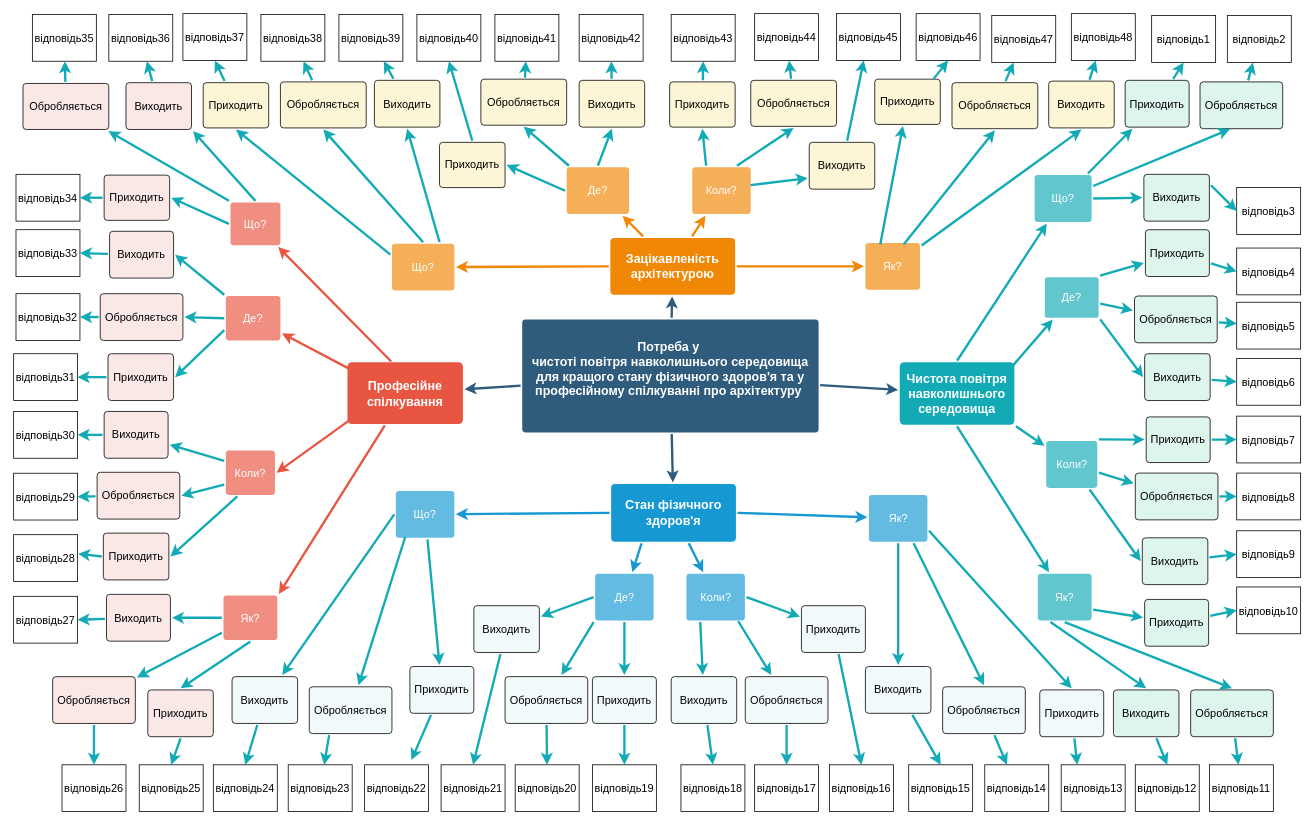
oleksandrblazhko/ai203-vitushkin keeps this draw.io diagram as Диаграмма без названия.drawio. Above is the earlier version. Source tidied: cells renumbered, new cells numbered last; positions are measured from the earlier drawing's top-left corner, leaving out a move shared by most shapes. Both pictures are drawn from the tidied source at 78%, with x=0, y=0 at pixel (13, 13).
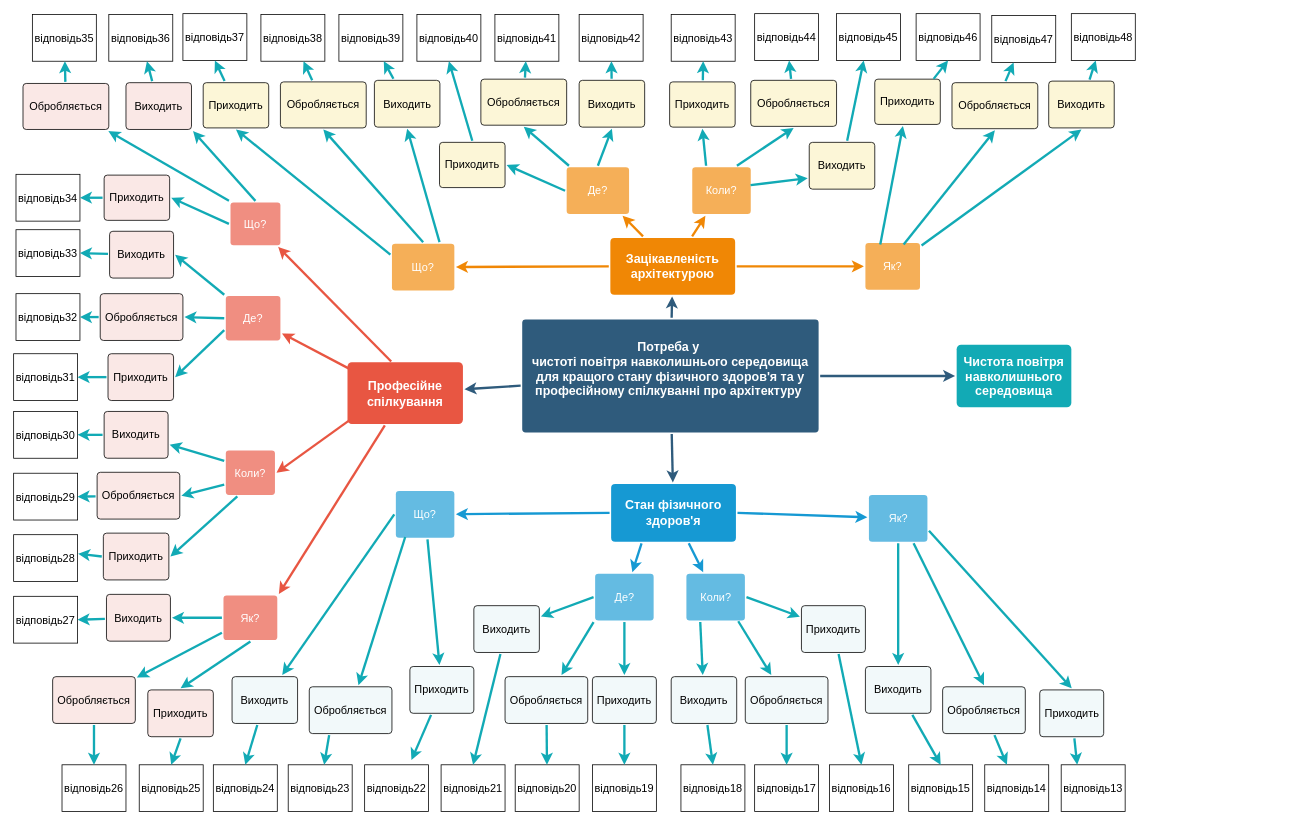
Above is the later version.

What changed in the source:
```diff
@@
     <mxCell id="10" value="&lt;span style=&quot;font-size: 12pt;&quot; data-sheets-userformat=&quot;{&amp;quot;2&amp;quot;:13289,&amp;quot;3&amp;quot;:{&amp;quot;1&amp;quot;:0},&amp;quot;6&amp;quot;:{&amp;quot;1&amp;quot;:[{&amp;quot;1&amp;quot;:2,&amp;quot;2&amp;quot;:0,&amp;quot;5&amp;quot;:{&amp;quot;1&amp;quot;:2,&amp;quot;2&amp;quot;:0}},{&amp;quot;1&amp;quot;:0,&amp;quot;2&amp;quot;:0,&amp;quot;3&amp;quot;:3},{&amp;quot;1&amp;quot;:1,&amp;quot;2&amp;quot;:0,&amp;quot;4&amp;quot;:1}]},&amp;quot;8&amp;quot;:{&amp;quot;1&amp;quot;:[{&amp;quot;1&amp;quot;:2,&amp;quot;2&amp;quot;:0,&amp;quot;5&amp;quot;:{&amp;quot;1&amp;quot;:2,&amp;quot;2&amp;quot;:0}},{&amp;quot;1&amp;quot;:0,&amp;quot;2&amp;quot;:0,&amp;quot;3&amp;quot;:3},{&amp;quot;1&amp;quot;:1,&amp;quot;2&amp;quot;:0,&amp;quot;4&amp;quot;:1}]},&amp;quot;9&amp;quot;:1,&amp;quot;10&amp;quot;:0,&amp;quot;11&amp;quot;:4,&amp;quot;12&amp;quot;:0,&amp;quot;15&amp;quot;:&amp;quot;\&amp;quot;Times New Roman\&amp;quot;, serif&amp;quot;,&amp;quot;16&amp;quot;:12}&quot;&gt;Чистота повітря навколишнього середовища&lt;/span&gt;" style="rounded=1;whiteSpace=wrap;html=1;shadow=0;labelBackgroundColor=none;strokeColor=none;strokeWidth=3;fillColor=#12aab5;fontFamily=Helvetica;fontSize=14;fontColor=#FFFFFF;align=center;spacing=5;fontStyle=1;arcSize=7;perimeterSpacing=2;" parent="1" vertex="1">
-      <mxGeometry x="1136" y="447" width="147" height="80" as="geometry" />
+      <mxGeometry x="1209" y="424.5" width="147" height="80" as="geometry" />
     </mxCell>
-    <mxCell id="11" value="Як?" style="rounded=1;whiteSpace=wrap;html=1;shadow=0;labelBackgroundColor=none;strokeColor=none;strokeWidth=3;fillColor=#61c6ce;fontFamily=Helvetica;fontSize=14;fontColor=#FFFFFF;align=center;spacing=5;fontStyle=0;arcSize=7;perimeterSpacing=2;" parent="1" vertex="1">
-      <mxGeometry x="1313" y="718" width="69" height="60" as="geometry" />
-    </mxCell>
-    <mxCell id="12" style="edgeStyle=none;rounded=1;jumpStyle=none;html=1;shadow=0;labelBackgroundColor=none;startArrow=none;startFill=0;jettySize=auto;strokeColor=#12AAB5;strokeWidth=3;fontFamily=Helvetica;fontSize=14;fontColor=#FFFFFF;spacing=5;fontStyle=1;fillColor=#b0e3e6;exitX=0.5;exitY=1;exitDx=0;exitDy=0;" parent="1" edge="1" source="10" target="11">
-      <mxGeometry relative="1" as="geometry" />
-    </mxCell>
-    <mxCell id="13" value="Коли?" style="rounded=1;whiteSpace=wrap;html=1;shadow=0;labelBackgroundColor=none;strokeColor=none;strokeWidth=3;fillColor=#61c6ce;fontFamily=Helvetica;fontSize=14;fontColor=#FFFFFF;align=center;spacing=5;fontStyle=0;arcSize=7;perimeterSpacing=2;direction=south;" parent="1" vertex="1">
-      <mxGeometry x="1323.8" y="547.8" width="65.5" height="60.2" as="geometry" />
-    </mxCell>
-    <mxCell id="14" style="edgeStyle=none;rounded=1;jumpStyle=none;html=1;shadow=0;labelBackgroundColor=none;startArrow=none;startFill=0;jettySize=auto;strokeColor=#12AAB5;strokeWidth=3;fontFamily=Helvetica;fontSize=14;fontColor=#FFFFFF;spacing=5;fontStyle=1;fillColor=#b0e3e6;exitX=1;exitY=1;exitDx=0;exitDy=0;" parent="1" edge="1" source="10" target="13">
-      <mxGeometry relative="1" as="geometry" />
-    </mxCell>
-    <mxCell id="15" value="Де?" style="rounded=1;whiteSpace=wrap;html=1;shadow=0;labelBackgroundColor=none;strokeColor=none;strokeWidth=3;fillColor=#61c6ce;fontFamily=Helvetica;fontSize=14;fontColor=#FFFFFF;align=center;spacing=5;fontStyle=0;arcSize=7;perimeterSpacing=2;" parent="1" vertex="1">
-      <mxGeometry x="1322" y="338" width="69" height="52" as="geometry" />
-    </mxCell>
-    <mxCell id="16" style="edgeStyle=none;rounded=1;jumpStyle=none;html=1;shadow=0;labelBackgroundColor=none;startArrow=none;startFill=0;jettySize=auto;strokeColor=#12AAB5;strokeWidth=3;fontFamily=Helvetica;fontSize=14;fontColor=#FFFFFF;spacing=5;fontStyle=1;fillColor=#b0e3e6;" parent="1" edge="1" target="15">
-      <mxGeometry relative="1" as="geometry">
-        <mxPoint x="1276" y="457" as="sourcePoint" />
-      </mxGeometry>
-    </mxCell>
-    <mxCell id="17" value="Що?" style="rounded=1;whiteSpace=wrap;html=1;shadow=0;labelBackgroundColor=none;strokeColor=none;strokeWidth=3;fillColor=#61c6ce;fontFamily=Helvetica;fontSize=14;fontColor=#FFFFFF;align=center;spacing=5;fontStyle=0;arcSize=7;perimeterSpacing=2;" parent="1" vertex="1">
-      <mxGeometry x="1309" y="207" width="73" height="60" as="geometry" />
-    </mxCell>
-    <mxCell id="18" style="edgeStyle=none;rounded=1;jumpStyle=none;html=1;shadow=0;labelBackgroundColor=none;startArrow=none;startFill=0;jettySize=auto;strokeColor=#12AAB5;strokeWidth=3;fontFamily=Helvetica;fontSize=14;fontColor=#FFFFFF;spacing=5;fontStyle=1;fillColor=#b0e3e6;exitX=0.5;exitY=0;exitDx=0;exitDy=0;" parent="1" edge="1" source="10" target="17">
-      <mxGeometry relative="1" as="geometry" />
-    </mxCell>
-    <mxCell id="19" value="Приходить" style="rounded=1;whiteSpace=wrap;html=1;shadow=0;fillColor=#DEF5EB;fontFamily=Helvetica;fontSize=14;fontColor=#000000;align=center;spacing=5;fontStyle=0;arcSize=7;perimeterSpacing=2;" parent="1" vertex="1">
-      <mxGeometry x="1425" y="85.5" width="82" height="60" as="geometry" />
-    </mxCell>
-    <mxCell id="20" value="Обробляється" style="rounded=1;whiteSpace=wrap;html=1;shadow=0;fillColor=#DEF5EB;fontFamily=Helvetica;fontSize=14;fontColor=#000000;align=center;spacing=5;fontStyle=0;arcSize=7;perimeterSpacing=2;" parent="1" vertex="1">
-      <mxGeometry x="1521" y="87.5" width="106" height="60" as="geometry" />
-    </mxCell>
-    <mxCell id="21" value="Виходить" style="rounded=1;whiteSpace=wrap;html=1;shadow=0;fillColor=#DEF5EB;fontFamily=Helvetica;fontSize=14;fontColor=#000000;align=center;spacing=5;fontStyle=0;arcSize=7;perimeterSpacing=2;" parent="1" vertex="1">
-      <mxGeometry x="1449" y="206" width="84" height="60" as="geometry" />
-    </mxCell>
-    <mxCell id="22" style="edgeStyle=none;rounded=1;jumpStyle=none;html=1;shadow=0;labelBackgroundColor=none;startArrow=none;startFill=0;jettySize=auto;strokeColor=#12AAB5;strokeWidth=3;fontFamily=Helvetica;fontSize=14;fontColor=#FFFFFF;spacing=5;fontStyle=1;fillColor=#b0e3e6;" parent="1" edge="1" source="17" target="19">
-      <mxGeometry relative="1" as="geometry" />
-    </mxCell>
-    <mxCell id="23" style="edgeStyle=none;rounded=1;jumpStyle=none;html=1;shadow=0;labelBackgroundColor=none;startArrow=none;startFill=0;jettySize=auto;strokeColor=#12AAB5;strokeWidth=3;fontFamily=Helvetica;fontSize=14;fontColor=#FFFFFF;spacing=5;fontStyle=1;fillColor=#b0e3e6;entryX=0.367;entryY=0.976;entryDx=0;entryDy=0;entryPerimeter=0;exitX=1;exitY=0.25;exitDx=0;exitDy=0;" parent="1" edge="1" source="17" target="20">
-      <mxGeometry relative="1" as="geometry" />
-    </mxCell>
-    <mxCell id="24" style="edgeStyle=none;rounded=1;jumpStyle=none;html=1;shadow=0;labelBackgroundColor=none;startArrow=none;startFill=0;jettySize=auto;strokeColor=#12AAB5;strokeWidth=3;fontFamily=Helvetica;fontSize=14;fontColor=#FFFFFF;spacing=5;fontStyle=1;fillColor=#b0e3e6;exitX=1;exitY=0.5;exitDx=0;exitDy=0;entryX=0;entryY=0.5;entryDx=0;entryDy=0;" parent="1" edge="1" source="17" target="21">
-      <mxGeometry relative="1" as="geometry" />
-    </mxCell>
@@
-    <mxCell id="49" value="відповідь1" style="fontFamily=Helvetica;fontSize=14;" parent="1" vertex="1">
-      <mxGeometry x="1459" y="2.5" width="82" height="60" as="geometry" />
-    </mxCell>
-    <mxCell id="50" style="edgeStyle=none;rounded=1;jumpStyle=none;html=1;shadow=0;labelBackgroundColor=none;startArrow=none;startFill=0;jettySize=auto;strokeColor=#12AAB5;strokeWidth=3;fontFamily=Helvetica;fontSize=14;fontColor=#FFFFFF;spacing=5;fontStyle=1;fillColor=#b0e3e6;entryX=0.5;entryY=1;entryDx=0;entryDy=0;" parent="1" edge="1" source="19" target="49">
-      <mxGeometry relative="1" as="geometry" />
-    </mxCell>
-    <mxCell id="51" value="відповідь2" style="fontFamily=Helvetica;fontSize=14;" parent="1" vertex="1">
-      <mxGeometry x="1556" y="2.5" width="82" height="60" as="geometry" />
-    </mxCell>
-    <mxCell id="52" value="відповідь3" style="fontFamily=Helvetica;fontSize=14;" parent="1" vertex="1">
-      <mxGeometry x="1568" y="223" width="82" height="60" as="geometry" />
-    </mxCell>
-    <mxCell id="53" style="edgeStyle=none;rounded=1;jumpStyle=none;html=1;shadow=0;labelBackgroundColor=none;startArrow=none;startFill=0;jettySize=auto;strokeColor=#12AAB5;strokeWidth=3;fontFamily=Helvetica;fontSize=14;fontColor=#FFFFFF;spacing=5;fontStyle=1;fillColor=#b0e3e6;entryX=0;entryY=0.5;entryDx=0;entryDy=0;exitX=1;exitY=0.25;exitDx=0;exitDy=0;" parent="1" edge="1" source="21" target="52">
-      <mxGeometry relative="1" as="geometry" />
-    </mxCell>
-    <mxCell id="54" style="edgeStyle=none;rounded=1;jumpStyle=none;html=1;shadow=0;labelBackgroundColor=none;startArrow=none;startFill=0;jettySize=auto;strokeColor=#12AAB5;strokeWidth=3;fontFamily=Helvetica;fontSize=14;fontColor=#FFFFFF;spacing=5;fontStyle=1;fillColor=#b0e3e6;" parent="1" edge="1" source="20" target="51">
-      <mxGeometry relative="1" as="geometry" />
-    </mxCell>
-    <mxCell id="55" value="Приходить" style="rounded=1;whiteSpace=wrap;html=1;shadow=0;fillColor=#DEF5EB;fontFamily=Helvetica;fontSize=14;fontColor=#000000;align=center;spacing=5;fontStyle=0;arcSize=7;perimeterSpacing=2;" parent="1" vertex="1">
-      <mxGeometry x="1451" y="277" width="82" height="60" as="geometry" />
-    </mxCell>
-    <mxCell id="56" value="Обробляється" style="rounded=1;whiteSpace=wrap;html=1;shadow=0;fillColor=#DEF5EB;fontFamily=Helvetica;fontSize=14;fontColor=#000000;align=center;spacing=5;fontStyle=0;arcSize=7;perimeterSpacing=2;" parent="1" vertex="1">
-      <mxGeometry x="1437" y="362" width="106" height="60" as="geometry" />
-    </mxCell>
-    <mxCell id="57" value="Виходить" style="rounded=1;whiteSpace=wrap;html=1;shadow=0;fillColor=#DEF5EB;fontFamily=Helvetica;fontSize=14;fontColor=#000000;align=center;spacing=5;fontStyle=0;arcSize=7;perimeterSpacing=2;" parent="1" vertex="1">
-      <mxGeometry x="1450" y="436" width="84" height="60" as="geometry" />
-    </mxCell>
-    <mxCell id="58" style="edgeStyle=none;rounded=1;jumpStyle=none;html=1;shadow=0;labelBackgroundColor=none;startArrow=none;startFill=0;jettySize=auto;strokeColor=#12AAB5;strokeWidth=3;fontFamily=Helvetica;fontSize=14;fontColor=#FFFFFF;spacing=5;fontStyle=1;fillColor=#b0e3e6;exitX=1;exitY=0;exitDx=0;exitDy=0;" parent="1" edge="1" source="15" target="55">
-      <mxGeometry relative="1" as="geometry" />
-    </mxCell>
-    <mxCell id="59" style="edgeStyle=none;rounded=1;jumpStyle=none;html=1;shadow=0;labelBackgroundColor=none;startArrow=none;startFill=0;jettySize=auto;strokeColor=#12AAB5;strokeWidth=3;fontFamily=Helvetica;fontSize=14;fontColor=#FFFFFF;spacing=5;fontStyle=1;fillColor=#b0e3e6;" parent="1" edge="1" source="15" target="56">
-      <mxGeometry relative="1" as="geometry" />
-    </mxCell>
-    <mxCell id="60" style="edgeStyle=none;rounded=1;jumpStyle=none;html=1;shadow=0;labelBackgroundColor=none;startArrow=none;startFill=0;jettySize=auto;strokeColor=#12AAB5;strokeWidth=3;fontFamily=Helvetica;fontSize=14;fontColor=#FFFFFF;spacing=5;fontStyle=1;fillColor=#b0e3e6;exitX=1;exitY=1;exitDx=0;exitDy=0;entryX=0;entryY=0.5;entryDx=0;entryDy=0;" parent="1" edge="1" source="15" target="57">
-      <mxGeometry relative="1" as="geometry" />
-    </mxCell>
-    <mxCell id="61" value="відповідь4" style="fontFamily=Helvetica;fontSize=14;" parent="1" vertex="1">
-      <mxGeometry x="1568" y="300.5" width="82" height="60" as="geometry" />
-    </mxCell>
-    <mxCell id="62" style="edgeStyle=none;rounded=1;jumpStyle=none;html=1;shadow=0;labelBackgroundColor=none;startArrow=none;startFill=0;jettySize=auto;strokeColor=#12AAB5;strokeWidth=3;fontFamily=Helvetica;fontSize=14;fontColor=#FFFFFF;spacing=5;fontStyle=1;fillColor=#b0e3e6;entryX=0;entryY=0.5;entryDx=0;entryDy=0;" parent="1" edge="1" source="55" target="61">
-      <mxGeometry relative="1" as="geometry" />
-    </mxCell>
-    <mxCell id="63" value="відповідь5" style="fontFamily=Helvetica;fontSize=14;" parent="1" vertex="1">
-      <mxGeometry x="1568" y="370" width="82" height="60" as="geometry" />
-    </mxCell>
-    <mxCell id="64" value="відповідь6" style="fontFamily=Helvetica;fontSize=14;" parent="1" vertex="1">
-      <mxGeometry x="1568" y="442" width="82" height="60" as="geometry" />
-    </mxCell>
-    <mxCell id="65" style="edgeStyle=none;rounded=1;jumpStyle=none;html=1;shadow=0;labelBackgroundColor=none;startArrow=none;startFill=0;jettySize=auto;strokeColor=#12AAB5;strokeWidth=3;fontFamily=Helvetica;fontSize=14;fontColor=#FFFFFF;spacing=5;fontStyle=1;fillColor=#b0e3e6;entryX=0;entryY=0.5;entryDx=0;entryDy=0;" parent="1" edge="1" source="57" target="64">
-      <mxGeometry relative="1" as="geometry" />
-    </mxCell>
-    <mxCell id="66" style="edgeStyle=none;rounded=1;jumpStyle=none;html=1;shadow=0;labelBackgroundColor=none;startArrow=none;startFill=0;jettySize=auto;strokeColor=#12AAB5;strokeWidth=3;fontFamily=Helvetica;fontSize=14;fontColor=#FFFFFF;spacing=5;fontStyle=1;fillColor=#b0e3e6;" parent="1" edge="1" source="56" target="63">
-      <mxGeometry relative="1" as="geometry" />
-    </mxCell>
-    <mxCell id="67" value="Приходить" style="rounded=1;whiteSpace=wrap;html=1;shadow=0;fillColor=#DEF5EB;fontFamily=Helvetica;fontSize=14;fontColor=#000000;align=center;spacing=5;fontStyle=0;arcSize=7;perimeterSpacing=2;" parent="1" vertex="1">
-      <mxGeometry x="1452" y="517" width="82" height="58.5" as="geometry" />
-    </mxCell>
-    <mxCell id="68" value="Обробляється" style="rounded=1;whiteSpace=wrap;html=1;shadow=0;fillColor=#DEF5EB;fontFamily=Helvetica;fontSize=14;fontColor=#000000;align=center;spacing=5;fontStyle=0;arcSize=7;perimeterSpacing=2;" parent="1" vertex="1">
-      <mxGeometry x="1438" y="589" width="106" height="60" as="geometry" />
-    </mxCell>
-    <mxCell id="69" value="Виходить" style="rounded=1;whiteSpace=wrap;html=1;shadow=0;fillColor=#DEF5EB;fontFamily=Helvetica;fontSize=14;fontColor=#000000;align=center;spacing=5;fontStyle=0;arcSize=7;perimeterSpacing=2;" parent="1" vertex="1">
-      <mxGeometry x="1447" y="672" width="84" height="60" as="geometry" />
-    </mxCell>
-    <mxCell id="70" style="edgeStyle=none;rounded=1;jumpStyle=none;html=1;shadow=0;labelBackgroundColor=none;startArrow=none;startFill=0;jettySize=auto;strokeColor=#12AAB5;strokeWidth=3;fontFamily=Helvetica;fontSize=14;fontColor=#FFFFFF;spacing=5;fontStyle=1;fillColor=#b0e3e6;exitX=0;exitY=0;exitDx=0;exitDy=0;" parent="1" edge="1" source="13" target="67">
-      <mxGeometry relative="1" as="geometry" />
-    </mxCell>
-    <mxCell id="71" style="edgeStyle=none;rounded=1;jumpStyle=none;html=1;shadow=0;labelBackgroundColor=none;startArrow=none;startFill=0;jettySize=auto;strokeColor=#12AAB5;strokeWidth=3;fontFamily=Helvetica;fontSize=14;fontColor=#FFFFFF;spacing=5;fontStyle=1;fillColor=#b0e3e6;" parent="1" edge="1" source="13" target="68">
-      <mxGeometry relative="1" as="geometry" />
-    </mxCell>
-    <mxCell id="72" style="edgeStyle=none;rounded=1;jumpStyle=none;html=1;shadow=0;labelBackgroundColor=none;startArrow=none;startFill=0;jettySize=auto;strokeColor=#12AAB5;strokeWidth=3;fontFamily=Helvetica;fontSize=14;fontColor=#FFFFFF;spacing=5;fontStyle=1;fillColor=#b0e3e6;entryX=0;entryY=0.5;entryDx=0;entryDy=0;" parent="1" edge="1" source="13" target="69">
-      <mxGeometry relative="1" as="geometry" />
-    </mxCell>
-    <mxCell id="73" value="відповідь7" style="fontFamily=Helvetica;fontSize=14;" parent="1" vertex="1">
-      <mxGeometry x="1568" y="516" width="82" height="60" as="geometry" />
-    </mxCell>
-    <mxCell id="74" style="edgeStyle=none;rounded=1;jumpStyle=none;html=1;shadow=0;labelBackgroundColor=none;startArrow=none;startFill=0;jettySize=auto;strokeColor=#12AAB5;strokeWidth=3;fontFamily=Helvetica;fontSize=14;fontColor=#FFFFFF;spacing=5;fontStyle=1;fillColor=#b0e3e6;entryX=0;entryY=0.5;entryDx=0;entryDy=0;" parent="1" edge="1" source="67" target="73">
-      <mxGeometry relative="1" as="geometry" />
-    </mxCell>
-    <mxCell id="75" value="відповідь8" style="fontFamily=Helvetica;fontSize=14;" parent="1" vertex="1">
-      <mxGeometry x="1568" y="589" width="82" height="60" as="geometry" />
-    </mxCell>
-    <mxCell id="76" value="відповідь9" style="fontFamily=Helvetica;fontSize=14;" parent="1" vertex="1">
-      <mxGeometry x="1568" y="663" width="82" height="60" as="geometry" />
-    </mxCell>
-    <mxCell id="77" style="edgeStyle=none;rounded=1;jumpStyle=none;html=1;shadow=0;labelBackgroundColor=none;startArrow=none;startFill=0;jettySize=auto;strokeColor=#12AAB5;strokeWidth=3;fontFamily=Helvetica;fontSize=14;fontColor=#FFFFFF;spacing=5;fontStyle=1;fillColor=#b0e3e6;entryX=0;entryY=0.5;entryDx=0;entryDy=0;" parent="1" edge="1" source="69" target="76">
-      <mxGeometry relative="1" as="geometry" />
-    </mxCell>
-    <mxCell id="78" style="edgeStyle=none;rounded=1;jumpStyle=none;html=1;shadow=0;labelBackgroundColor=none;startArrow=none;startFill=0;jettySize=auto;strokeColor=#12AAB5;strokeWidth=3;fontFamily=Helvetica;fontSize=14;fontColor=#FFFFFF;spacing=5;fontStyle=1;fillColor=#b0e3e6;" parent="1" edge="1" source="68" target="75">
-      <mxGeometry relative="1" as="geometry" />
-    </mxCell>
-    <mxCell id="79" value="Приходить" style="rounded=1;whiteSpace=wrap;html=1;shadow=0;fillColor=#DEF5EB;fontFamily=Helvetica;fontSize=14;fontColor=#000000;align=center;spacing=5;fontStyle=0;arcSize=7;perimeterSpacing=2;" parent="1" vertex="1">
-      <mxGeometry x="1450" y="751" width="82" height="60" as="geometry" />
-    </mxCell>
-    <mxCell id="80" value="Обробляється" style="rounded=1;whiteSpace=wrap;html=1;shadow=0;fillColor=#DEF5EB;fontFamily=Helvetica;fontSize=14;fontColor=#000000;align=center;spacing=5;fontStyle=0;arcSize=7;perimeterSpacing=2;" parent="1" vertex="1">
-      <mxGeometry x="1509" y="867" width="106" height="60" as="geometry" />
-    </mxCell>
-    <mxCell id="81" value="Виходить" style="rounded=1;whiteSpace=wrap;html=1;shadow=0;fillColor=#DEF5EB;fontFamily=Helvetica;fontSize=14;fontColor=#000000;align=center;spacing=5;fontStyle=0;arcSize=7;perimeterSpacing=2;" parent="1" vertex="1">
-      <mxGeometry x="1410" y="867" width="84" height="60" as="geometry" />
-    </mxCell>
-    <mxCell id="82" style="edgeStyle=none;rounded=1;jumpStyle=none;html=1;shadow=0;labelBackgroundColor=none;startArrow=none;startFill=0;jettySize=auto;strokeColor=#12AAB5;strokeWidth=3;fontFamily=Helvetica;fontSize=14;fontColor=#FFFFFF;spacing=5;fontStyle=1;fillColor=#b0e3e6;exitX=1;exitY=0.75;exitDx=0;exitDy=0;" parent="1" edge="1" source="11" target="79">
-      <mxGeometry relative="1" as="geometry" />
-    </mxCell>
-    <mxCell id="83" style="edgeStyle=none;rounded=1;jumpStyle=none;html=1;shadow=0;labelBackgroundColor=none;startArrow=none;startFill=0;jettySize=auto;strokeColor=#12AAB5;strokeWidth=3;fontFamily=Helvetica;fontSize=14;fontColor=#FFFFFF;spacing=5;fontStyle=1;fillColor=#b0e3e6;exitX=0.5;exitY=1;exitDx=0;exitDy=0;entryX=0.5;entryY=0;entryDx=0;entryDy=0;" parent="1" edge="1" source="11" target="80">
-      <mxGeometry relative="1" as="geometry" />
-    </mxCell>
-    <mxCell id="84" style="edgeStyle=none;rounded=1;jumpStyle=none;html=1;shadow=0;labelBackgroundColor=none;startArrow=none;startFill=0;jettySize=auto;strokeColor=#12AAB5;strokeWidth=3;fontFamily=Helvetica;fontSize=14;fontColor=#FFFFFF;spacing=5;fontStyle=1;fillColor=#b0e3e6;exitX=0.25;exitY=1;exitDx=0;exitDy=0;entryX=0.5;entryY=0;entryDx=0;entryDy=0;" parent="1" edge="1" source="11" target="81">
-      <mxGeometry relative="1" as="geometry" />
-    </mxCell>
-    <mxCell id="85" value="відповідь10" style="fontFamily=Helvetica;fontSize=14;" parent="1" vertex="1">
-      <mxGeometry x="1568" y="735" width="82" height="60" as="geometry" />
-    </mxCell>
-    <mxCell id="86" style="edgeStyle=none;rounded=1;jumpStyle=none;html=1;shadow=0;labelBackgroundColor=none;startArrow=none;startFill=0;jettySize=auto;strokeColor=#12AAB5;strokeWidth=3;fontFamily=Helvetica;fontSize=14;fontColor=#FFFFFF;spacing=5;fontStyle=1;fillColor=#b0e3e6;entryX=0;entryY=0.5;entryDx=0;entryDy=0;" parent="1" edge="1" source="79" target="85">
-      <mxGeometry relative="1" as="geometry" />
-    </mxCell>
-    <mxCell id="87" value="відповідь11" style="fontFamily=Helvetica;fontSize=14;" parent="1" vertex="1">
-      <mxGeometry x="1533" y="963" width="82" height="60" as="geometry" />
-    </mxCell>
-    <mxCell id="88" value="відповідь12" style="fontFamily=Helvetica;fontSize=14;" parent="1" vertex="1">
-      <mxGeometry x="1438" y="963" width="82" height="60" as="geometry" />
-    </mxCell>
-    <mxCell id="89" style="edgeStyle=none;rounded=1;jumpStyle=none;html=1;shadow=0;labelBackgroundColor=none;startArrow=none;startFill=0;jettySize=auto;strokeColor=#12AAB5;strokeWidth=3;fontFamily=Helvetica;fontSize=14;fontColor=#FFFFFF;spacing=5;fontStyle=1;fillColor=#b0e3e6;entryX=0.5;entryY=0;entryDx=0;entryDy=0;" parent="1" edge="1" source="81" target="88">
-      <mxGeometry relative="1" as="geometry" />
-    </mxCell>
-    <mxCell id="90" style="edgeStyle=none;rounded=1;jumpStyle=none;html=1;shadow=0;labelBackgroundColor=none;startArrow=none;startFill=0;jettySize=auto;strokeColor=#12AAB5;strokeWidth=3;fontFamily=Helvetica;fontSize=14;fontColor=#FFFFFF;spacing=5;fontStyle=1;fillColor=#b0e3e6;" parent="1" edge="1" source="80" target="87">
-      <mxGeometry relative="1" as="geometry" />
-    </mxCell>
```
